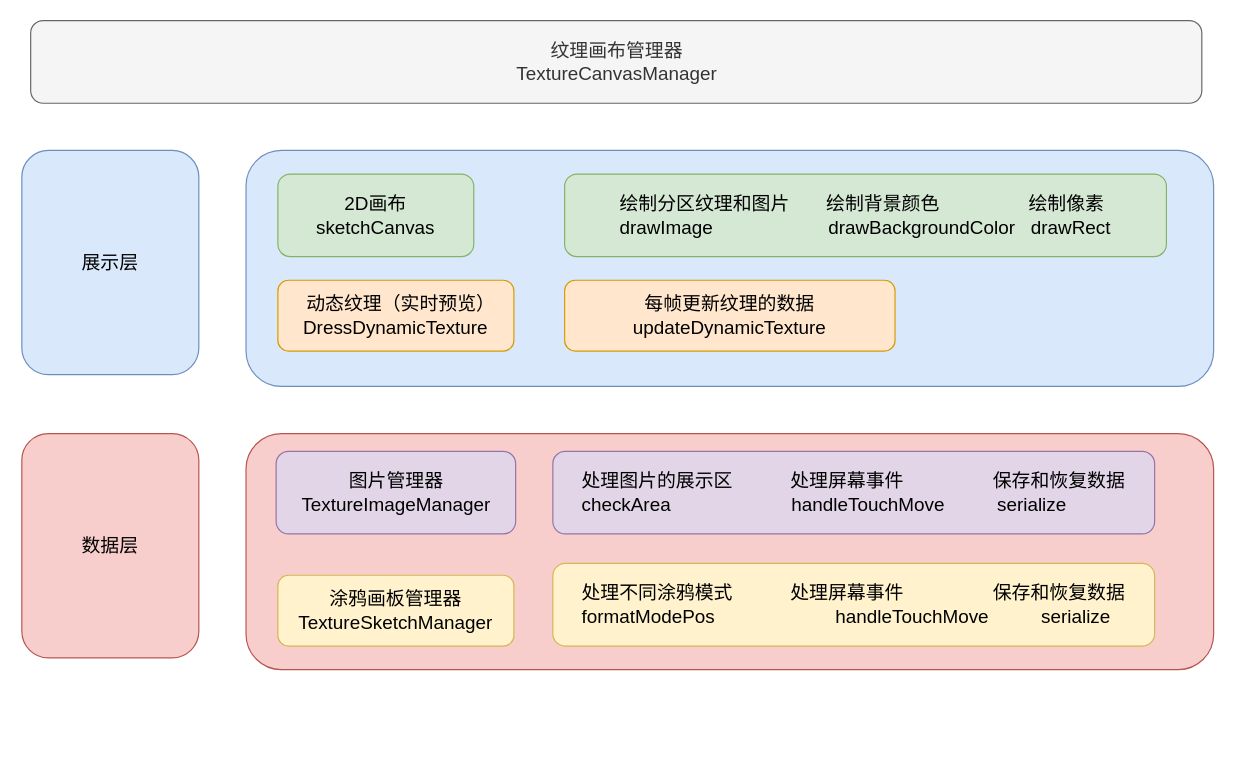
SkylarShuang/learnSM keeps this draw.io diagram as sketch.drawio. Above is the earlier version. Source tidied: cells renumbered, new cells numbered last; positions are measured from the earlier drawing's top-left corner, leaving out a move shared by most shapes. Both pictures are drawn from the tidied source at 118%, with x=0, y=0 at pixel (21, 20).
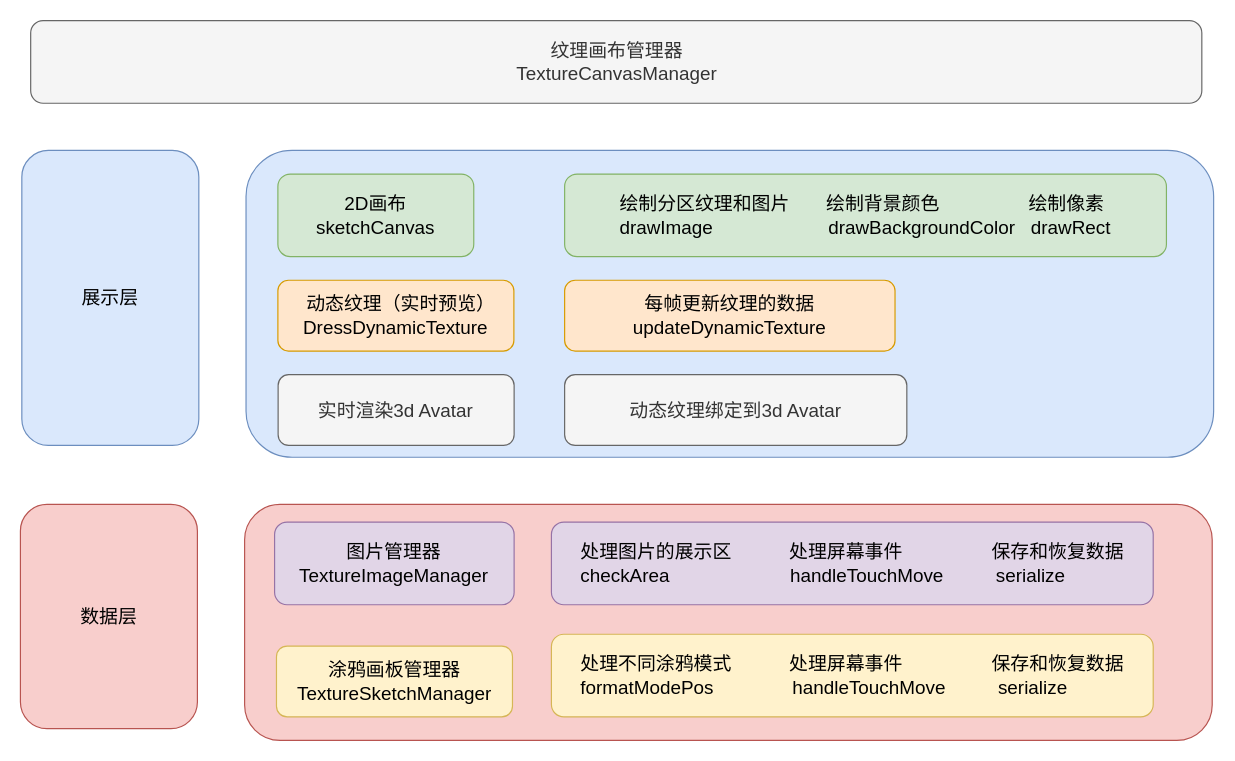
The same page after the edit.

Diff of the diagram source:
```diff
@@
 <mxGraphModel>
   <root>
     <mxCell id="0" />
     <mxCell id="1" parent="0" />
     <mxCell id="2" value="&lt;span style=&quot;font-size: 16px&quot;&gt;纹理画布管理器&lt;br&gt;TextureCanvasManager&lt;/span&gt;" style="rounded=1;whiteSpace=wrap;html=1;fillColor=#f5f5f5;fontColor=#333333;strokeColor=#666666;" parent="1" vertex="1">
       <mxGeometry x="7.5" width="992.5" height="70" as="geometry" />
     </mxCell>
     <mxCell id="3" value="&lt;font style=&quot;font-size: 16px&quot;&gt;展示层&lt;br&gt;&lt;/font&gt;" style="rounded=1;whiteSpace=wrap;html=1;fillColor=#dae8fc;strokeColor=#6c8ebf;" parent="1" vertex="1">
-      <mxGeometry y="110" width="150" height="190" as="geometry" />
+      <mxGeometry y="110" width="150" height="250" as="geometry" />
     </mxCell>
     <mxCell id="4" value="&lt;font style=&quot;font-size: 16px&quot;&gt;&lt;br&gt;&lt;/font&gt;" style="rounded=1;whiteSpace=wrap;html=1;fillColor=#dae8fc;strokeColor=#6c8ebf;" parent="1" vertex="1">
-      <mxGeometry x="190" y="110" width="820" height="200" as="geometry" />
+      <mxGeometry x="190" y="110" width="820" height="260" as="geometry" />
     </mxCell>
     <mxCell id="5" value="&lt;font style=&quot;font-size: 16px&quot;&gt;2D画布&lt;br&gt;sketchCanvas&lt;br&gt;&lt;/font&gt;" style="rounded=1;whiteSpace=wrap;html=1;fillColor=#d5e8d4;strokeColor=#82b366;" parent="1" vertex="1">
       <mxGeometry x="217" y="130" width="166" height="70" as="geometry" />
     </mxCell>
     <mxCell id="6" value="&lt;blockquote style=&quot;margin: 0 0 0 40px ; border: none ; padding: 0px&quot;&gt;&lt;/blockquote&gt;&lt;span style=&quot;font-size: 16px&quot;&gt;&lt;div style=&quot;text-align: left&quot;&gt;&lt;span&gt;&lt;br&gt;&lt;/span&gt;&lt;/div&gt;&lt;div style=&quot;text-align: left&quot;&gt;&lt;span&gt;绘制分区纹理和图片&amp;nbsp; &amp;nbsp; &amp;nbsp; &amp;nbsp;绘制背景颜色&amp;nbsp; &amp;nbsp; &amp;nbsp; &amp;nbsp; &amp;nbsp; &amp;nbsp; &amp;nbsp; &amp;nbsp; &amp;nbsp;绘制像素&lt;/span&gt;&lt;/div&gt;&lt;div style=&quot;text-align: left&quot;&gt;&lt;span&gt;drawImage&amp;nbsp; &amp;nbsp; &amp;nbsp; &amp;nbsp; &amp;nbsp; &amp;nbsp; &amp;nbsp; &amp;nbsp; &amp;nbsp; &amp;nbsp; &amp;nbsp; drawBackgroundColor&amp;nbsp; &amp;nbsp;drawRect&lt;/span&gt;&lt;/div&gt;&lt;/span&gt;&lt;font style=&quot;font-size: 16px&quot;&gt;&lt;br&gt;&lt;/font&gt;" style="rounded=1;whiteSpace=wrap;html=1;fillColor=#d5e8d4;strokeColor=#82b366;" parent="1" vertex="1">
       <mxGeometry x="460" y="130" width="510" height="70" as="geometry" />
     </mxCell>
     <mxCell id="7" value="&lt;font style=&quot;font-size: 16px&quot;&gt;&amp;nbsp; 动态纹理（实时预览）&lt;br&gt;DressDynamicTexture&lt;br&gt;&lt;/font&gt;" style="rounded=1;whiteSpace=wrap;html=1;fillColor=#ffe6cc;strokeColor=#d79b00;" parent="1" vertex="1">
       <mxGeometry x="217" y="220" width="200" height="60" as="geometry" />
     </mxCell>
     <mxCell id="8" value="&lt;font style=&quot;font-size: 16px&quot;&gt;每帧更新纹理的数据&lt;br&gt;updateDynamicTexture&lt;br&gt;&lt;/font&gt;" style="rounded=1;whiteSpace=wrap;html=1;fillColor=#ffe6cc;strokeColor=#d79b00;" parent="1" vertex="1">
       <mxGeometry x="460" y="220" width="280" height="60" as="geometry" />
     </mxCell>
     <mxCell id="9" value="&lt;font style=&quot;font-size: 16px&quot;&gt;数据层&lt;br&gt;&lt;/font&gt;" style="rounded=1;whiteSpace=wrap;html=1;fillColor=#f8cecc;strokeColor=#b85450;" parent="1" vertex="1">
-      <mxGeometry y="350" width="150" height="190" as="geometry" />
+      <mxGeometry x="-1.2" y="410" width="150" height="190" as="geometry" />
     </mxCell>
     <mxCell id="10" value="&lt;font style=&quot;font-size: 16px&quot;&gt;&lt;br&gt;&lt;/font&gt;" style="rounded=1;whiteSpace=wrap;html=1;fillColor=#f8cecc;strokeColor=#b85450;" parent="1" vertex="1">
-      <mxGeometry x="190" y="350" width="820" height="200" as="geometry" />
+      <mxGeometry x="188.8" y="410" width="820" height="200" as="geometry" />
     </mxCell>
     <mxCell id="11" value="&lt;font style=&quot;font-size: 16px&quot;&gt;图片管理器&lt;br&gt;TextureImageManager&lt;br&gt;&lt;/font&gt;" style="rounded=1;whiteSpace=wrap;html=1;fillColor=#e1d5e7;strokeColor=#9673a6;" parent="1" vertex="1">
-      <mxGeometry x="215.5" y="365" width="203" height="70" as="geometry" />
+      <mxGeometry x="214.2" y="425" width="203" height="70" as="geometry" />
     </mxCell>
     <mxCell id="12" value="&lt;blockquote style=&quot;margin: 0 0 0 40px ; border: none ; padding: 0px&quot;&gt;&lt;/blockquote&gt;&lt;span style=&quot;font-size: 16px&quot;&gt;&lt;div style=&quot;text-align: left&quot;&gt;&lt;/div&gt;&lt;/span&gt;&lt;span style=&quot;font-size: 16px&quot;&gt;&lt;br&gt;处理图片的展示区&amp;nbsp;&lt;/span&gt;&lt;span style=&quot;text-align: left ; font-size: 16px&quot;&gt;&amp;nbsp; &amp;nbsp; &amp;nbsp; &amp;nbsp; &amp;nbsp; 处理屏幕事件&amp;nbsp; &amp;nbsp; &amp;nbsp; &amp;nbsp; &amp;nbsp; &amp;nbsp; &amp;nbsp; &amp;nbsp; &amp;nbsp;保存和恢复数据&lt;/span&gt;&lt;span style=&quot;font-size: 16px&quot;&gt;&lt;br&gt;&lt;/span&gt;&lt;span style=&quot;font-size: 16px&quot;&gt;&lt;div style=&quot;text-align: left&quot;&gt;&lt;span&gt;checkArea&amp;nbsp; &amp;nbsp; &amp;nbsp; &amp;nbsp; &amp;nbsp; &amp;nbsp; &amp;nbsp; &amp;nbsp; &amp;nbsp; &amp;nbsp; &amp;nbsp; &amp;nbsp;handleTouchMove&amp;nbsp; &amp;nbsp; &amp;nbsp; &amp;nbsp; &amp;nbsp; serialize&lt;/span&gt;&lt;/div&gt;&lt;/span&gt;&lt;font style=&quot;font-size: 16px&quot;&gt;&lt;br&gt;&lt;/font&gt;" style="rounded=1;whiteSpace=wrap;html=1;fillColor=#e1d5e7;strokeColor=#9673a6;" parent="1" vertex="1">
-      <mxGeometry x="450" y="365" width="510" height="70" as="geometry" />
+      <mxGeometry x="448.8" y="425" width="510" height="70" as="geometry" />
     </mxCell>
     <mxCell id="13" value="&lt;font style=&quot;font-size: 16px&quot;&gt;涂鸦画板管理器&lt;br&gt;TextureSketchManager&lt;br&gt;&lt;/font&gt;" style="rounded=1;whiteSpace=wrap;html=1;fillColor=#fff2cc;strokeColor=#d6b656;" parent="1" vertex="1">
-      <mxGeometry x="217" y="470" width="200" height="60" as="geometry" />
+      <mxGeometry x="215.8" y="530" width="200" height="60" as="geometry" />
     </mxCell>
-    <mxCell id="14" value="&lt;blockquote style=&quot;margin: 0 0 0 40px ; border: none ; padding: 0px&quot;&gt;&lt;/blockquote&gt;&lt;span style=&quot;font-size: 16px&quot;&gt;&lt;div style=&quot;text-align: left&quot;&gt;&lt;/div&gt;&lt;/span&gt;&lt;span style=&quot;font-size: 16px&quot;&gt;&lt;br&gt;处理不同涂鸦模式&amp;nbsp;&lt;/span&gt;&lt;span style=&quot;text-align: left ; font-size: 16px&quot;&gt;&amp;nbsp; &amp;nbsp; &amp;nbsp; &amp;nbsp; &amp;nbsp; 处理屏幕事件&amp;nbsp; &amp;nbsp; &amp;nbsp; &amp;nbsp; &amp;nbsp; &amp;nbsp; &amp;nbsp; &amp;nbsp; &amp;nbsp;保存和恢复数据&lt;/span&gt;&lt;span style=&quot;font-size: 16px&quot;&gt;&lt;br&gt;&lt;/span&gt;&lt;span style=&quot;font-size: 16px&quot;&gt;&lt;div style=&quot;text-align: left&quot;&gt;&lt;span&gt;formatModePos&amp;nbsp; &amp;nbsp; &amp;nbsp; &amp;nbsp; &amp;nbsp; &amp;nbsp; &amp;nbsp; &amp;nbsp; &amp;nbsp; &amp;nbsp; &amp;nbsp; &amp;nbsp;handleTouchMove&amp;nbsp; &amp;nbsp; &amp;nbsp; &amp;nbsp; &amp;nbsp; serialize&lt;/span&gt;&lt;/div&gt;&lt;/span&gt;&lt;font style=&quot;font-size: 16px&quot;&gt;&lt;br&gt;&lt;/font&gt;" style="rounded=1;whiteSpace=wrap;html=1;fillColor=#fff2cc;strokeColor=#d6b656;" parent="1" vertex="1">
-      <mxGeometry x="450" y="460" width="510" height="70" as="geometry" />
+    <mxCell id="14" value="&lt;blockquote style=&quot;margin: 0 0 0 40px ; border: none ; padding: 0px&quot;&gt;&lt;/blockquote&gt;&lt;span style=&quot;font-size: 16px&quot;&gt;&lt;div style=&quot;text-align: left&quot;&gt;&lt;/div&gt;&lt;/span&gt;&lt;span style=&quot;font-size: 16px&quot;&gt;&lt;br&gt;处理不同涂鸦模式&amp;nbsp;&lt;/span&gt;&lt;span style=&quot;text-align: left ; font-size: 16px&quot;&gt;&amp;nbsp; &amp;nbsp; &amp;nbsp; &amp;nbsp; &amp;nbsp; 处理屏幕事件&amp;nbsp; &amp;nbsp; &amp;nbsp; &amp;nbsp; &amp;nbsp; &amp;nbsp; &amp;nbsp; &amp;nbsp; &amp;nbsp;保存和恢复数据&lt;/span&gt;&lt;span style=&quot;font-size: 16px&quot;&gt;&lt;br&gt;&lt;/span&gt;&lt;span style=&quot;font-size: 16px&quot;&gt;&lt;div style=&quot;text-align: left&quot;&gt;&lt;span&gt;formatModePos&amp;nbsp; &amp;nbsp; &amp;nbsp; &amp;nbsp; &amp;nbsp; &amp;nbsp; &amp;nbsp; &amp;nbsp;handleTouchMove&amp;nbsp; &amp;nbsp; &amp;nbsp; &amp;nbsp; &amp;nbsp; serialize&lt;/span&gt;&lt;/div&gt;&lt;/span&gt;&lt;font style=&quot;font-size: 16px&quot;&gt;&lt;br&gt;&lt;/font&gt;" style="rounded=1;whiteSpace=wrap;html=1;fillColor=#fff2cc;strokeColor=#d6b656;" parent="1" vertex="1">
+      <mxGeometry x="448.8" y="520" width="510" height="70" as="geometry" />
     </mxCell>
+    <mxCell id="15" value="&lt;font style=&quot;font-size: 16px&quot;&gt;实时渲染3d Avatar&lt;br&gt;&lt;/font&gt;" style="rounded=1;whiteSpace=wrap;html=1;fillColor=#f5f5f5;fontColor=#333333;strokeColor=#666666;" parent="1" vertex="1">
+      <mxGeometry x="217.2" y="300" width="200" height="60" as="geometry" />
+    </mxCell>
+    <mxCell id="16" value="&lt;font style=&quot;font-size: 16px&quot;&gt;动态纹理绑定到3d Avatar&lt;br&gt;&lt;/font&gt;" style="rounded=1;whiteSpace=wrap;html=1;fillColor=#f5f5f5;fontColor=#333333;strokeColor=#666666;" parent="1" vertex="1">
+      <mxGeometry x="460" y="300" width="290" height="60" as="geometry" />
+    </mxCell>
   </root>
 </mxGraphModel>
```
